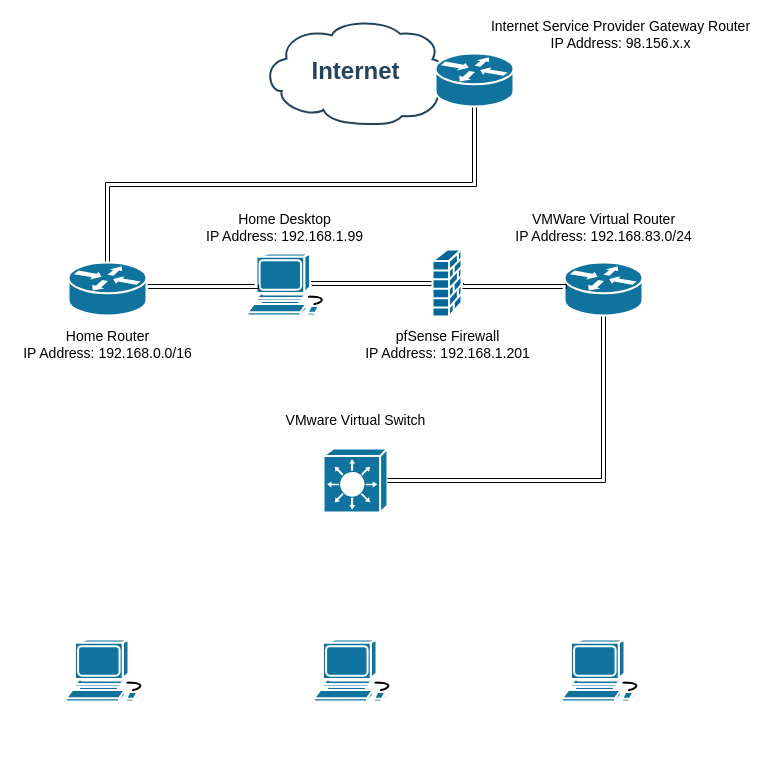
The draw.io diagram Untitled Diagram.drawio in jamescalvin73/TESTER, before the edit. Source tidied: cells renumbered, new cells numbered last; positions are measured from the earlier drawing's top-left corner, leaving out a move shared by most shapes. Both pictures are drawn from the tidied source at 100%, with x=0, y=0 at pixel (18, 18).
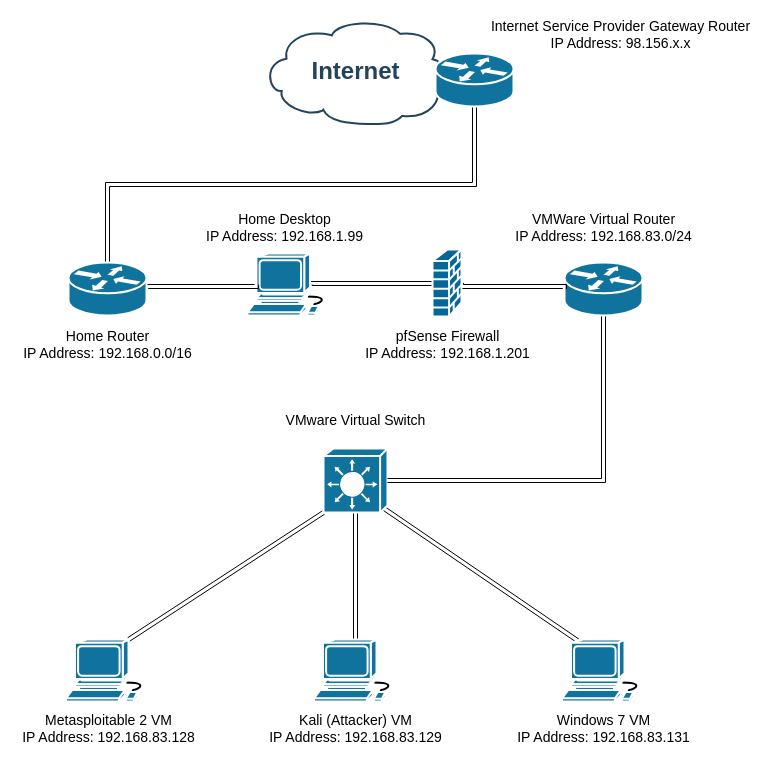
Above is the later version.

The change refers to these unchanged cells:
```xml
<mxCell id="3" style="shape=mxgraph.cisco.switches.layer_3_switch;html=1;dashed=0;fillColor=#10739E;strokeColor=#ffffff;strokeWidth=2;verticalLabelPosition=bottom;verticalAlign=top;fontFamily=Helvetica;fontSize=36;fontColor=#FFB366;" parent="1" vertex="1">
  <mxGeometry x="305" y="430" width="64" height="64" as="geometry" />
</mxCell>
<mxCell id="10" style="shape=mxgraph.cisco.computers_and_peripherals.workstation;html=1;dashed=0;fillColor=#10739E;strokeColor=#ffffff;strokeWidth=2;verticalLabelPosition=bottom;verticalAlign=top;fontFamily=Helvetica;fontSize=36;fontColor=#FFB366;" parent="1" vertex="1">
  <mxGeometry x="295.5" y="621" width="83" height="62" as="geometry" />
</mxCell>
<mxCell id="20" style="shape=mxgraph.cisco.computers_and_peripherals.workstation;html=1;dashed=0;fillColor=#10739E;strokeColor=#ffffff;strokeWidth=2;verticalLabelPosition=bottom;verticalAlign=top;fontFamily=Helvetica;fontSize=36;fontColor=#FFB366;" parent="1" vertex="1">
  <mxGeometry x="47.5" y="621" width="83" height="62" as="geometry" />
</mxCell>
<mxCell id="21" style="shape=mxgraph.cisco.computers_and_peripherals.workstation;html=1;dashed=0;fillColor=#10739E;strokeColor=#ffffff;strokeWidth=2;verticalLabelPosition=bottom;verticalAlign=top;fontFamily=Helvetica;fontSize=36;fontColor=#FFB366;" parent="1" vertex="1">
  <mxGeometry x="543.5" y="621" width="83" height="62" as="geometry" />
</mxCell>
```

Change to the diagram source:
```diff
@@
+    <mxCell id="23" style="edgeStyle=none;shape=link;rounded=0;jettySize=auto;html=1;exitX=0;exitY=1;exitDx=0;exitDy=0;exitPerimeter=0;entryX=0.755;entryY=0;entryDx=0;entryDy=0;entryPerimeter=0;shadow=0;fontSize=14;" parent="1" edge="1" source="3" target="20">
+      <mxGeometry relative="1" as="geometry" />
+    </mxCell>
+    <mxCell id="24" style="edgeStyle=none;shape=link;rounded=0;jettySize=auto;html=1;exitX=0.5;exitY=1;exitDx=0;exitDy=0;exitPerimeter=0;entryX=0.5;entryY=0;entryDx=0;entryDy=0;entryPerimeter=0;shadow=0;fontSize=14;" parent="1" edge="1" source="3" target="10">
+      <mxGeometry relative="1" as="geometry" />
+    </mxCell>
+    <mxCell id="25" style="edgeStyle=none;shape=link;rounded=0;jettySize=auto;html=1;exitX=0.95;exitY=0.94;exitDx=0;exitDy=0;exitPerimeter=0;entryX=0.19;entryY=0.02;entryDx=0;entryDy=0;entryPerimeter=0;shadow=0;fontSize=14;" parent="1" edge="1" source="3" target="21">
+      <mxGeometry relative="1" as="geometry" />
+    </mxCell>
@@
+    <mxCell id="26" value="&lt;font style=&quot;font-size: 14px&quot;&gt;Metasploitable 2 VM&lt;br&gt;IP Address: 192.168.83.128&lt;br&gt;&lt;/font&gt;" style="text;html=1;align=center;verticalAlign=middle;strokeColor=none;fillColor=none;" parent="1" vertex="1">
+      <mxGeometry x="-1.5" y="694" width="182" height="31" as="geometry" />
+    </mxCell>
+    <mxCell id="27" value="&lt;font style=&quot;font-size: 14px&quot;&gt;Kali (Attacker) VM&lt;br&gt;IP Address: 192.168.83.129&lt;br&gt;&lt;/font&gt;" style="text;html=1;align=center;verticalAlign=middle;strokeColor=none;fillColor=none;" parent="1" vertex="1">
+      <mxGeometry x="246" y="694" width="182" height="31" as="geometry" />
+    </mxCell>
+    <mxCell id="28" value="&lt;font style=&quot;font-size: 14px&quot;&gt;Windows 7 VM&lt;br&gt;IP Address: 192.168.83.131&lt;br&gt;&lt;/font&gt;" style="text;html=1;align=center;verticalAlign=middle;strokeColor=none;fillColor=none;" parent="1" vertex="1">
+      <mxGeometry x="493.5" y="694" width="182" height="31" as="geometry" />
+    </mxCell>
```
